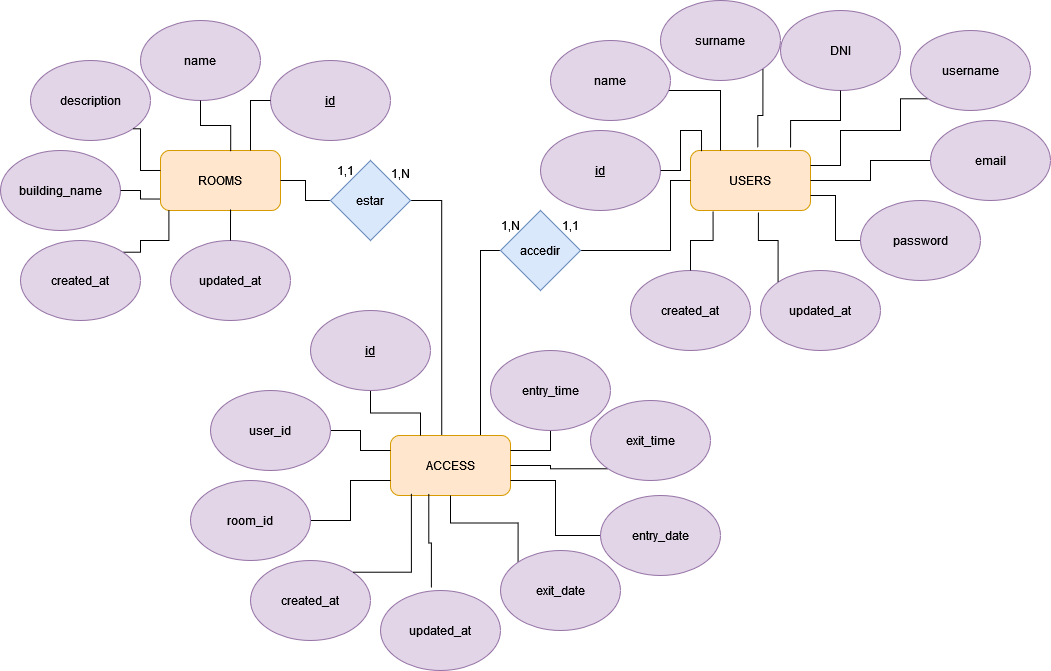
This is ddbb.png from Snr1s3/DissenyDDBBSprint02, a draw.io export, as it was before one commit. Source tidied: cells renumbered, new cells last; positions are measured from the earlier drawing's top-left corner, leaving out a move shared by most shapes.
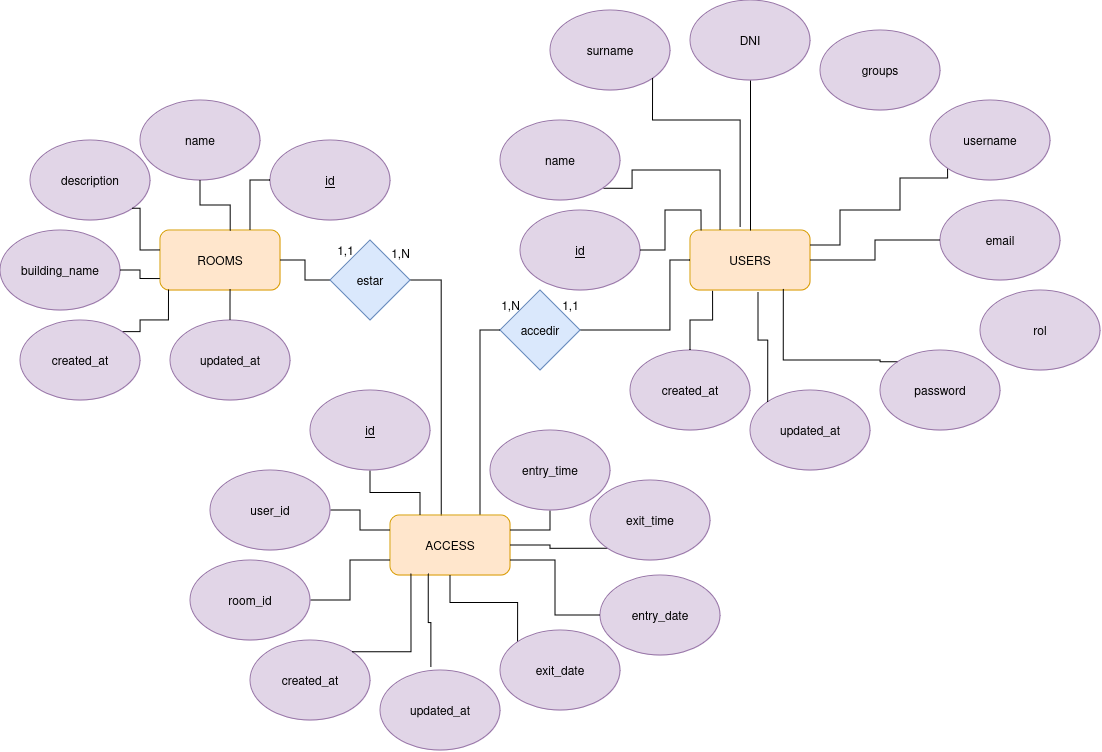
Above is the later version.

Commit message:
canvis dissney

What changed in the source:
```diff
@@ -58,22 +58,28 @@
       <mxGeometry x="630" y="270" width="120" height="80" as="geometry" />
     </mxCell>
     <mxCell id="17" value="updated_at" style="ellipse;whiteSpace=wrap;html=1;fillColor=#e1d5e7;strokeColor=#9673a6;" parent="1" vertex="1">
-      <mxGeometry x="760" y="270" width="120" height="80" as="geometry" />
+      <mxGeometry x="750" y="310" width="120" height="80" as="geometry" />
     </mxCell>
     <mxCell id="18" style="edgeStyle=orthogonalEdgeStyle;rounded=0;jettySize=auto;html=1;exitX=0;exitY=0.5;exitDx=0;exitDy=0;entryX=1;entryY=0.5;entryDx=0;entryDy=0;endArrow=none;endFill=0;" parent="1" edge="1" source="19" target="5">
       <mxGeometry relative="1" as="geometry" />
     </mxCell>
     <mxCell id="19" value="email" style="ellipse;whiteSpace=wrap;html=1;fillColor=#e1d5e7;strokeColor=#9673a6;" parent="1" vertex="1">
-      <mxGeometry x="930" y="120" width="120" height="80" as="geometry" />
+      <mxGeometry x="940" y="120" width="120" height="80" as="geometry" />
     </mxCell>
-    <mxCell id="20" style="edgeStyle=orthogonalEdgeStyle;rounded=0;jettySize=auto;html=1;exitX=0;exitY=0.5;exitDx=0;exitDy=0;entryX=1;entryY=0.75;entryDx=0;entryDy=0;endArrow=none;endFill=0;" parent="1" edge="1" source="21" target="5">
-      <mxGeometry relative="1" as="geometry" />
+    <mxCell id="20" style="edgeStyle=orthogonalEdgeStyle;rounded=0;jettySize=auto;html=1;exitX=0;exitY=0;exitDx=0;exitDy=0;entryX=0.777;entryY=0.979;entryDx=0;entryDy=0;endArrow=none;endFill=0;entryPerimeter=0;" parent="1" edge="1" source="21" target="5">
+      <mxGeometry relative="1" as="geometry">
+        <Array as="points">
+          <mxPoint x="880" y="282" />
+          <mxPoint x="880" y="280" />
+          <mxPoint x="783" y="280" />
+        </Array>
+      </mxGeometry>
     </mxCell>
     <mxCell id="21" value="password" style="ellipse;whiteSpace=wrap;html=1;fillColor=#e1d5e7;strokeColor=#9673a6;" parent="1" vertex="1">
-      <mxGeometry x="860" y="200" width="120" height="80" as="geometry" />
+      <mxGeometry x="880" y="270" width="120" height="80" as="geometry" />
     </mxCell>
     <mxCell id="22" value="id" style="ellipse;whiteSpace=wrap;html=1;fillColor=#e1d5e7;strokeColor=#9673a6;fontStyle=4;" parent="1" vertex="1">
-      <mxGeometry x="540" y="130" width="120" height="80" as="geometry" />
+      <mxGeometry x="520" y="130" width="120" height="80" as="geometry" />
     </mxCell>
     <mxCell id="23" style="edgeStyle=orthogonalEdgeStyle;rounded=0;jettySize=auto;html=1;exitX=1;exitY=1;exitDx=0;exitDy=0;entryX=0.25;entryY=0;entryDx=0;entryDy=0;endArrow=none;endFill=0;" parent="1" edge="1" source="24" target="5">
       <mxGeometry relative="1" as="geometry">
@@ -84,7 +90,7 @@
       </mxGeometry>
     </mxCell>
     <mxCell id="24" value="name" style="ellipse;whiteSpace=wrap;html=1;fillColor=#e1d5e7;strokeColor=#9673a6;" parent="1" vertex="1">
-      <mxGeometry x="550" y="40" width="120" height="80" as="geometry" />
+      <mxGeometry x="500" y="40" width="120" height="80" as="geometry" />
     </mxCell>
     <mxCell id="25" style="edgeStyle=orthogonalEdgeStyle;rounded=0;jettySize=auto;html=1;exitX=0;exitY=1;exitDx=0;exitDy=0;entryX=1;entryY=0.25;entryDx=0;entryDy=0;endArrow=none;endFill=0;" parent="1" edge="1" source="26" target="5">
       <mxGeometry relative="1" as="geometry">
@@ -97,13 +103,13 @@
       </mxGeometry>
     </mxCell>
     <mxCell id="26" value="username" style="ellipse;whiteSpace=wrap;html=1;fillColor=#e1d5e7;strokeColor=#9673a6;" parent="1" vertex="1">
-      <mxGeometry x="910" y="30" width="120" height="80" as="geometry" />
+      <mxGeometry x="930" y="20" width="120" height="80" as="geometry" />
     </mxCell>
     <mxCell id="27" value="surname" style="ellipse;whiteSpace=wrap;html=1;fillColor=#e1d5e7;strokeColor=#9673a6;" parent="1" vertex="1">
-      <mxGeometry x="660" width="120" height="80" as="geometry" />
+      <mxGeometry x="550" y="-70" width="120" height="80" as="geometry" />
     </mxCell>
     <mxCell id="28" value="DNI" style="ellipse;whiteSpace=wrap;html=1;fillColor=#e1d5e7;strokeColor=#9673a6;" parent="1" vertex="1">
-      <mxGeometry x="780" y="10" width="120" height="80" as="geometry" />
+      <mxGeometry x="690" y="-80" width="120" height="80" as="geometry" />
     </mxCell>
     <mxCell id="29" style="edgeStyle=orthogonalEdgeStyle;rounded=0;jettySize=auto;html=1;exitX=0;exitY=0.5;exitDx=0;exitDy=0;entryX=0.75;entryY=0;entryDx=0;entryDy=0;endArrow=none;endFill=0;" parent="1" edge="1" source="5" target="30">
       <mxGeometry relative="1" as="geometry">
@@ -125,8 +131,15 @@
     <mxCell id="33" style="edgeStyle=orthogonalEdgeStyle;rounded=0;jettySize=auto;html=1;exitX=1;exitY=0.5;exitDx=0;exitDy=0;entryX=0.092;entryY=0.012;entryDx=0;entryDy=0;entryPerimeter=0;endArrow=none;endFill=0;" parent="1" edge="1" source="22" target="5">
       <mxGeometry relative="1" as="geometry" />
     </mxCell>
-    <mxCell id="34" style="edgeStyle=orthogonalEdgeStyle;rounded=0;jettySize=auto;html=1;exitX=1;exitY=1;exitDx=0;exitDy=0;entryX=0.561;entryY=-0.048;entryDx=0;entryDy=0;entryPerimeter=0;endArrow=none;endFill=0;" parent="1" edge="1" source="27" target="5">
-      <mxGeometry relative="1" as="geometry" />
+    <mxCell id="34" style="edgeStyle=orthogonalEdgeStyle;rounded=0;jettySize=auto;html=1;exitX=1;exitY=1;exitDx=0;exitDy=0;endArrow=none;endFill=0;" parent="1" edge="1" source="27">
+      <mxGeometry relative="1" as="geometry">
+        <mxPoint x="740" y="147" as="targetPoint" />
+        <Array as="points">
+          <mxPoint x="652" y="40" />
+          <mxPoint x="740" y="40" />
+          <mxPoint x="740" y="147" />
+        </Array>
+      </mxGeometry>
     </mxCell>
     <mxCell id="35" style="edgeStyle=orthogonalEdgeStyle;rounded=0;jettySize=auto;html=1;exitX=0.5;exitY=0;exitDx=0;exitDy=0;entryX=0.188;entryY=1.012;entryDx=0;entryDy=0;entryPerimeter=0;endArrow=none;endFill=0;" parent="1" edge="1" source="16" target="5">
       <mxGeometry relative="1" as="geometry" />
@@ -134,7 +147,7 @@
     <mxCell id="36" style="edgeStyle=orthogonalEdgeStyle;rounded=0;jettySize=auto;html=1;exitX=0;exitY=0;exitDx=0;exitDy=0;entryX=0.566;entryY=1.032;entryDx=0;entryDy=0;entryPerimeter=0;endArrow=none;endFill=0;" parent="1" edge="1" source="17" target="5">
       <mxGeometry relative="1" as="geometry" />
     </mxCell>
-    <mxCell id="37" style="edgeStyle=orthogonalEdgeStyle;rounded=0;jettySize=auto;html=1;exitX=0.5;exitY=1;exitDx=0;exitDy=0;entryX=0.834;entryY=-0.048;entryDx=0;entryDy=0;entryPerimeter=0;endArrow=none;endFill=0;" parent="1" edge="1" source="28" target="5">
+    <mxCell id="37" style="edgeStyle=orthogonalEdgeStyle;rounded=0;jettySize=auto;html=1;exitX=0.5;exitY=1;exitDx=0;exitDy=0;entryX=0.5;entryY=0;entryDx=0;entryDy=0;endArrow=none;endFill=0;" parent="1" edge="1" source="28" target="5">
       <mxGeometry relative="1" as="geometry" />
     </mxCell>
     <mxCell id="38" style="edgeStyle=orthogonalEdgeStyle;rounded=0;jettySize=auto;html=1;exitX=0.5;exitY=0;exitDx=0;exitDy=0;entryX=0.584;entryY=0.982;entryDx=0;entryDy=0;entryPerimeter=0;endArrow=none;endFill=0;" parent="1" edge="1" source="13" target="3">
@@ -226,5 +239,11 @@
     <mxCell id="62" value="1,1" style="text;html=1;align=center;verticalAlign=middle;strokeColor=none;fillColor=none;" parent="1" vertex="1">
       <mxGeometry x="550" y="210" width="40" height="30" as="geometry" />
     </mxCell>
+    <mxCell id="63" value="groups" style="ellipse;whiteSpace=wrap;html=1;fillColor=#e1d5e7;strokeColor=#9673a6;" parent="1" vertex="1">
+      <mxGeometry x="820" y="-50" width="120" height="80" as="geometry" />
+    </mxCell>
+    <mxCell id="64" value="rol" style="ellipse;whiteSpace=wrap;html=1;fillColor=#e1d5e7;strokeColor=#9673a6;" parent="1" vertex="1">
+      <mxGeometry x="980" y="210" width="120" height="80" as="geometry" />
+    </mxCell>
   </root>
 </mxGraphModel>
```
